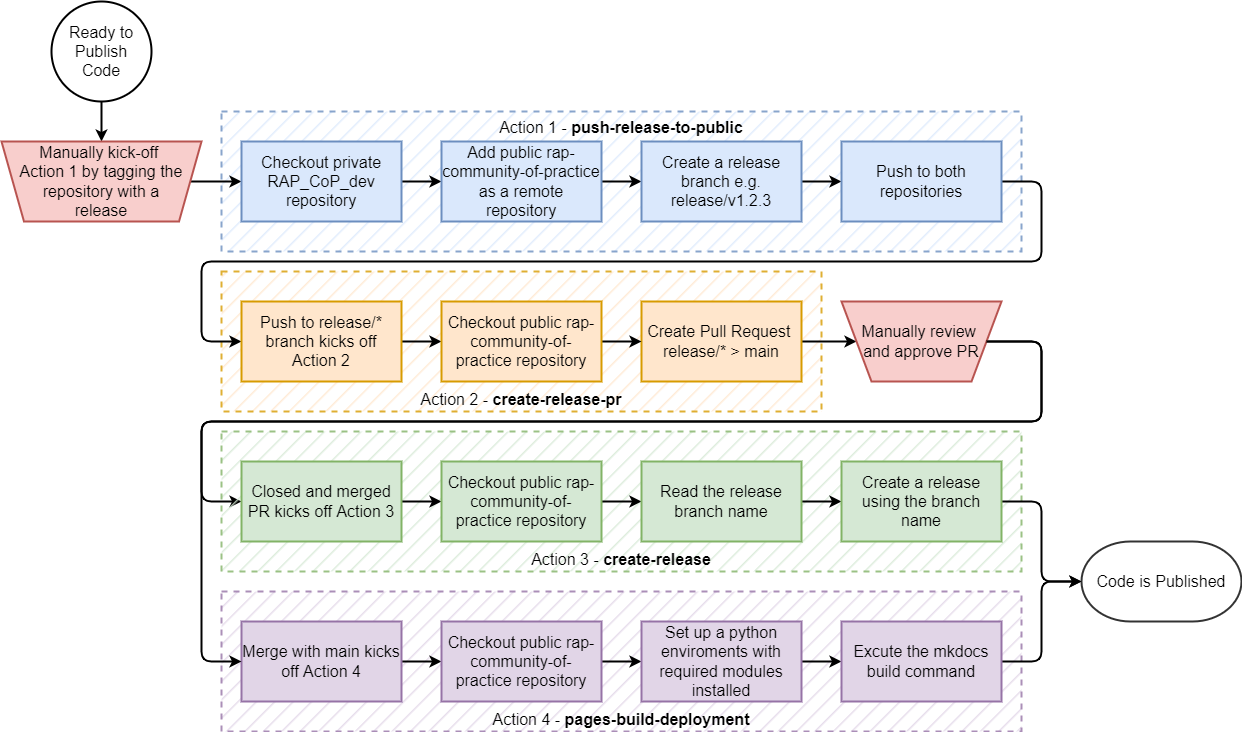
Above: .github/workflows/imgs/flowchart.png in NHSDigital/rap-community-of-practice (draw.io), before the change. Source tidied: cells renumbered, new cells last; positions are measured from the earlier drawing's top-left corner, leaving out a move shared by most shapes.
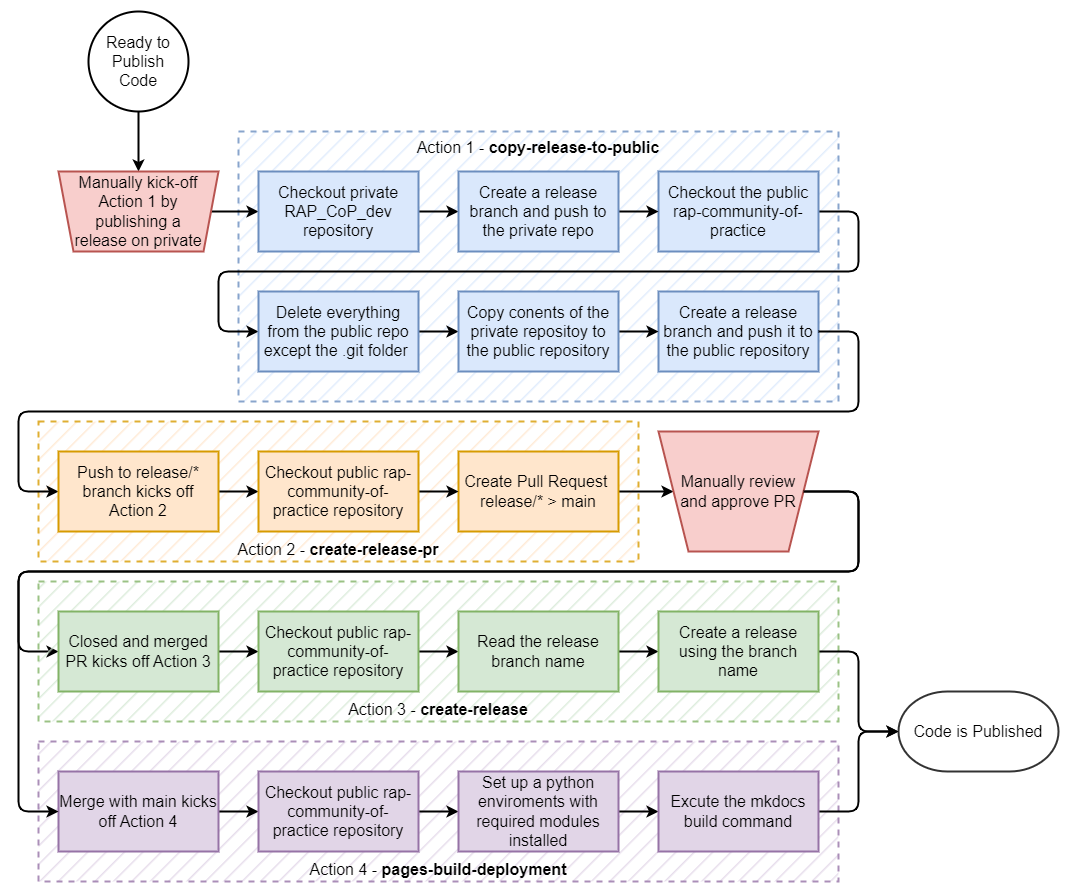
Above is the later version.

Change to the diagram source:
```diff
@@ -8,41 +8,43 @@
     <mxCell id="3" value="Action 2 - &lt;b&gt;create-release-pr&lt;/b&gt;" style="rounded=0;whiteSpace=wrap;html=1;strokeWidth=2;fontSize=16;fillColor=#ffe6cc;strokeColor=#d79b00;dashed=1;opacity=80;verticalAlign=bottom;fillStyle=hatch;" parent="1" vertex="1">
       <mxGeometry x="220" y="270" width="600" height="140" as="geometry" />
     </mxCell>
-    <mxCell id="4" value="Action 1 - &lt;b&gt;push-release-to-public&lt;/b&gt;" style="rounded=0;whiteSpace=wrap;html=1;strokeWidth=2;fontSize=16;fillColor=#dae8fc;strokeColor=#6c8ebf;dashed=1;opacity=80;verticalAlign=top;fillStyle=hatch;" parent="1" vertex="1">
-      <mxGeometry x="220" y="110" width="800" height="140" as="geometry" />
+    <mxCell id="4" value="Action 1 - &lt;b&gt;copy-release-to-public&lt;/b&gt;" style="rounded=0;whiteSpace=wrap;html=1;strokeWidth=2;fontSize=16;fillColor=#dae8fc;strokeColor=#6c8ebf;dashed=1;opacity=80;verticalAlign=top;fillStyle=hatch;" parent="1" vertex="1">
+      <mxGeometry x="420" y="-20" width="600" height="270" as="geometry" />
     </mxCell>
-    <mxCell id="5" style="edgeStyle=orthogonalEdgeStyle;rounded=1;jettySize=auto;html=1;labelBorderColor=none;strokeWidth=2;fontSize=13;endArrow=classic;endFill=1;endSize=6;" parent="1" edge="1" source="6" target="8">
+    <mxCell id="5" style="edgeStyle=orthogonalEdgeStyle;rounded=1;jettySize=auto;html=1;labelBorderColor=none;strokeWidth=2;fontSize=13;endArrow=classic;endFill=1;endSize=6;" parent="1" edge="1" source="6" target="52">
       <mxGeometry relative="1" as="geometry" />
     </mxCell>
     <mxCell id="6" value="Ready to Publish Code" style="strokeWidth=2;html=1;shape=mxgraph.flowchart.start_2;whiteSpace=wrap;fontSize=16;fillColor=default;gradientColor=none;spacing=4;" parent="1" vertex="1">
-      <mxGeometry x="50" width="100" height="100" as="geometry" />
+      <mxGeometry x="270" y="-140" width="100" height="100" as="geometry" />
     </mxCell>
-    <mxCell id="7" style="edgeStyle=orthogonalEdgeStyle;rounded=1;jettySize=auto;html=1;labelBorderColor=none;strokeWidth=2;fontSize=13;endArrow=classic;endFill=1;endSize=6;" parent="1" edge="1" source="8" target="10">
-      <mxGeometry relative="1" as="geometry" />
-    </mxCell>
-    <mxCell id="8" value="Manually kick-off &lt;br&gt;Action 1 by tagging the repository with a release" style="verticalLabelPosition=middle;verticalAlign=middle;html=1;shape=trapezoid;perimeter=trapezoidPerimeter;whiteSpace=wrap;size=0.11249999999999999;arcSize=10;flipV=1;labelPosition=center;align=center;strokeWidth=2;fontSize=16;fillColor=#f8cecc;strokeColor=#b85450;spacing=2;spacingLeft=15;spacingRight=15;" parent="1" vertex="1">
-      <mxGeometry y="140" width="200" height="80" as="geometry" />
-    </mxCell>
+    <mxCell id="44" style="edgeStyle=orthogonalEdgeStyle;rounded=0;jettySize=auto;html=1;entryX=0;entryY=0.5;entryDx=0;entryDy=0;strokeWidth=2;" parent="1" edge="1" source="52" target="47">
+      <mxGeometry relative="1" as="geometry" />
+    </mxCell>
-    <mxCell id="9" style="edgeStyle=orthogonalEdgeStyle;rounded=1;jettySize=auto;html=1;labelBorderColor=none;strokeWidth=2;fontSize=16;endArrow=classic;endFill=1;endSize=6;" parent="1" edge="1" source="10" target="12">
-      <mxGeometry relative="1" as="geometry" />
+    <mxCell id="9" style="edgeStyle=orthogonalEdgeStyle;rounded=1;jettySize=auto;html=1;exitX=1;exitY=0.5;exitDx=0;exitDy=0;entryX=0;entryY=0.5;entryDx=0;entryDy=0;strokeWidth=2;" parent="1" edge="1" source="10" target="12">
+      <mxGeometry relative="1" as="geometry">
+        <Array as="points">
+          <mxPoint x="1040" y="60" />
+          <mxPoint x="1040" y="120" />
+          <mxPoint x="400" y="120" />
+          <mxPoint x="400" y="180" />
+        </Array>
+      </mxGeometry>
     </mxCell>
-    <mxCell id="10" value="Checkout private RAP_CoP_dev repository" style="whiteSpace=wrap;html=1;fontSize=16;arcSize=10;strokeWidth=2;fillColor=#dae8fc;strokeColor=#6c8ebf;" parent="1" vertex="1">
-      <mxGeometry x="240" y="140" width="160" height="80" as="geometry" />
+    <mxCell id="10" value="Checkout the public rap-community-of-practice" style="whiteSpace=wrap;html=1;fontSize=16;arcSize=10;strokeWidth=2;fillColor=#dae8fc;strokeColor=#6c8ebf;" parent="1" vertex="1">
+      <mxGeometry x="840" y="20" width="160" height="80" as="geometry" />
     </mxCell>
-    <mxCell id="11" style="edgeStyle=orthogonalEdgeStyle;rounded=1;jettySize=auto;html=1;labelBorderColor=none;strokeWidth=2;fontSize=16;endArrow=classic;endFill=1;endSize=6;" parent="1" edge="1" source="12" target="14">
-      <mxGeometry relative="1" as="geometry" />
-    </mxCell>
+    <mxCell id="45" style="edgeStyle=orthogonalEdgeStyle;rounded=1;jettySize=auto;html=1;exitX=1;exitY=0.5;exitDx=0;exitDy=0;entryX=0;entryY=0.5;entryDx=0;entryDy=0;strokeWidth=2;" parent="1" edge="1" source="12" target="51">
+      <mxGeometry relative="1" as="geometry" />
+    </mxCell>
-    <mxCell id="12" value="Add public&amp;nbsp;&lt;span style=&quot;text-align: left;&quot;&gt;rap-community-of-practice as a remote repository&lt;/span&gt;" style="whiteSpace=wrap;html=1;fontSize=16;arcSize=10;strokeWidth=2;fillColor=#dae8fc;strokeColor=#6c8ebf;" parent="1" vertex="1">
+    <mxCell id="12" value="Delete everything from the public repo except the .git folder&amp;nbsp;" style="whiteSpace=wrap;html=1;fontSize=16;arcSize=10;strokeWidth=2;fillColor=#dae8fc;strokeColor=#6c8ebf;" parent="1" vertex="1">
       <mxGeometry x="440" y="140" width="160" height="80" as="geometry" />
     </mxCell>
-    <mxCell id="13" style="edgeStyle=orthogonalEdgeStyle;rounded=1;jettySize=auto;html=1;labelBorderColor=none;strokeWidth=2;fontSize=16;endArrow=classic;endFill=1;endSize=6;" parent="1" edge="1" source="14" target="16">
-      <mxGeometry relative="1" as="geometry" />
-    </mxCell>
-    <mxCell id="14" value="Create a release branch e.g. release/v1.2.3" style="whiteSpace=wrap;html=1;fontSize=16;arcSize=10;strokeWidth=2;spacing=4;fillColor=#dae8fc;strokeColor=#6c8ebf;" parent="1" vertex="1">
-      <mxGeometry x="640" y="140" width="160" height="80" as="geometry" />
+    <mxCell id="14" value="Create a release branch and push it to the public repository" style="whiteSpace=wrap;html=1;fontSize=16;arcSize=10;strokeWidth=2;spacing=4;fillColor=#dae8fc;strokeColor=#6c8ebf;" parent="1" vertex="1">
+      <mxGeometry x="840" y="140" width="160" height="80" as="geometry" />
     </mxCell>
-    <mxCell id="15" style="edgeStyle=orthogonalEdgeStyle;rounded=1;jettySize=auto;html=1;exitX=1;exitY=0.5;exitDx=0;exitDy=0;entryX=0;entryY=0.5;entryDx=0;entryDy=0;labelBorderColor=none;strokeWidth=2;fontSize=16;endArrow=classic;endFill=1;endSize=6;" parent="1" edge="1" source="16" target="18">
+    <mxCell id="15" style="edgeStyle=orthogonalEdgeStyle;rounded=1;jettySize=auto;html=1;exitX=1;exitY=0.5;exitDx=0;exitDy=0;entryX=0;entryY=0.5;entryDx=0;entryDy=0;labelBorderColor=none;strokeWidth=2;fontSize=16;endArrow=classic;endFill=1;endSize=6;" parent="1" edge="1" target="18">
       <mxGeometry relative="1" as="geometry">
+        <mxPoint x="1000" y="180" as="sourcePoint" />
         <Array as="points">
           <mxPoint x="1040" y="180" />
           <mxPoint x="1040" y="260" />
@@ -51,9 +53,6 @@
         </Array>
       </mxGeometry>
     </mxCell>
-    <mxCell id="16" value="Push to both repositories" style="whiteSpace=wrap;html=1;fontSize=16;arcSize=10;strokeWidth=2;fillColor=#dae8fc;strokeColor=#6c8ebf;" parent="1" vertex="1">
-      <mxGeometry x="840" y="140" width="160" height="80" as="geometry" />
-    </mxCell>
     <mxCell id="17" style="edgeStyle=orthogonalEdgeStyle;rounded=1;jettySize=auto;html=1;labelBorderColor=none;strokeWidth=2;fontSize=16;endArrow=classic;endFill=1;endSize=6;" parent="1" edge="1" source="18" target="26">
       <mxGeometry relative="1" as="geometry" />
     </mxCell>
@@ -78,7 +77,7 @@
       </mxGeometry>
     </mxCell>
     <mxCell id="22" value="Manually review &lt;br&gt;and approve PR" style="verticalLabelPosition=middle;verticalAlign=middle;html=1;shape=trapezoid;perimeter=trapezoidPerimeter;whiteSpace=wrap;size=0.1875;arcSize=10;flipV=1;labelPosition=center;align=center;strokeWidth=2;fontSize=16;fillColor=#f8cecc;strokeColor=#b85450;" parent="1" vertex="1">
-      <mxGeometry x="840" y="300" width="160" height="80" as="geometry" />
+      <mxGeometry x="840" y="280" width="160" height="120" as="geometry" />
     </mxCell>
     <mxCell id="23" style="edgeStyle=orthogonalEdgeStyle;rounded=1;jettySize=auto;html=1;labelBorderColor=none;strokeWidth=2;fontSize=16;endArrow=classic;endFill=1;endSize=6;" parent="1" edge="1" source="24" target="28">
       <mxGeometry relative="1" as="geometry" />
@@ -156,5 +155,26 @@
     <mxCell id="43" value="Create a release using the branch name" style="whiteSpace=wrap;html=1;fontSize=16;arcSize=10;strokeWidth=2;fillColor=#d5e8d4;strokeColor=#82b366;" parent="1" vertex="1">
       <mxGeometry x="840" y="460" width="160" height="80" as="geometry" />
     </mxCell>
+    <mxCell id="46" style="edgeStyle=orthogonalEdgeStyle;rounded=1;jettySize=auto;html=1;exitX=1;exitY=0.5;exitDx=0;exitDy=0;entryX=0;entryY=0.5;entryDx=0;entryDy=0;strokeWidth=2;" parent="1" edge="1" source="47" target="49">
+      <mxGeometry relative="1" as="geometry" />
+    </mxCell>
+    <mxCell id="47" value="Checkout private RAP_CoP_dev repository" style="whiteSpace=wrap;html=1;fontSize=16;arcSize=10;strokeWidth=2;fillColor=#dae8fc;strokeColor=#6c8ebf;" parent="1" vertex="1">
+      <mxGeometry x="440" y="20" width="160" height="80" as="geometry" />
+    </mxCell>
+    <mxCell id="48" style="edgeStyle=orthogonalEdgeStyle;rounded=1;jettySize=auto;html=1;exitX=1;exitY=0.5;exitDx=0;exitDy=0;entryX=0;entryY=0.5;entryDx=0;entryDy=0;strokeWidth=2;" parent="1" edge="1" source="49" target="10">
+      <mxGeometry relative="1" as="geometry" />
+    </mxCell>
+    <mxCell id="49" value="Create a release branch and push to the private repo" style="whiteSpace=wrap;html=1;fontSize=16;arcSize=10;strokeWidth=2;spacing=4;fillColor=#dae8fc;strokeColor=#6c8ebf;" parent="1" vertex="1">
+      <mxGeometry x="640" y="20" width="160" height="80" as="geometry" />
+    </mxCell>
+    <mxCell id="50" style="edgeStyle=orthogonalEdgeStyle;rounded=1;jettySize=auto;html=1;exitX=1;exitY=0.5;exitDx=0;exitDy=0;entryX=0;entryY=0.5;entryDx=0;entryDy=0;strokeWidth=2;" parent="1" edge="1" source="51" target="14">
+      <mxGeometry relative="1" as="geometry" />
+    </mxCell>
+    <mxCell id="51" value="Copy conents of the private repositoy to the public repository" style="whiteSpace=wrap;html=1;fontSize=16;arcSize=10;strokeWidth=2;fillColor=#dae8fc;strokeColor=#6c8ebf;" parent="1" vertex="1">
+      <mxGeometry x="640" y="140" width="160" height="80" as="geometry" />
+    </mxCell>
+    <mxCell id="52" value="Manually kick-off &lt;br&gt;Action 1 by publishing a release on private" style="verticalLabelPosition=middle;verticalAlign=middle;html=1;shape=trapezoid;perimeter=trapezoidPerimeter;whiteSpace=wrap;size=0.09375;arcSize=10;flipV=1;labelPosition=center;align=center;strokeWidth=2;fontSize=16;fillColor=#f8cecc;strokeColor=#b85450;spacing=2;spacingLeft=15;spacingRight=15;" parent="1" vertex="1">
+      <mxGeometry x="240" y="20" width="160" height="80" as="geometry" />
+    </mxCell>
   </root>
 </mxGraphModel>
```
